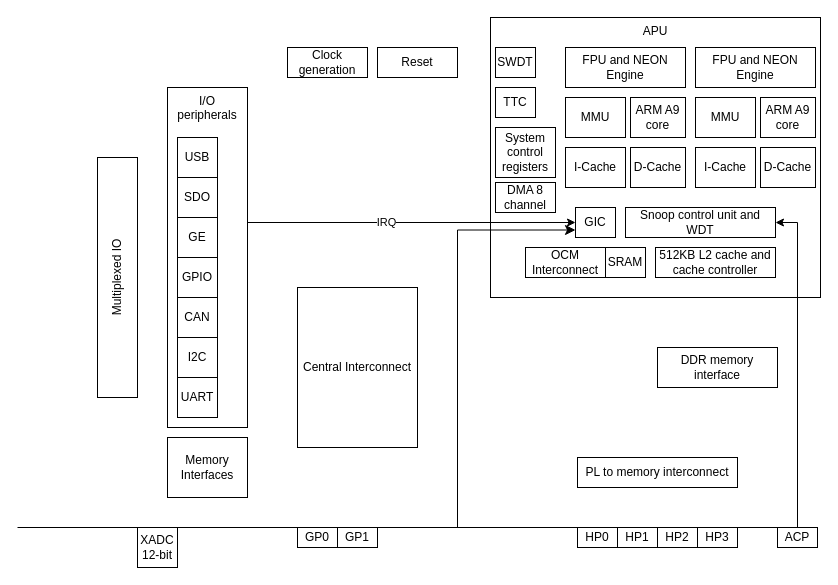
Before: zynq_soc.drawio in CodingStreaks/learning_zynq, a draw.io diagram. Source tidied: cells renumbered, new cells numbered last; positions are measured from the earlier drawing's top-left corner, leaving out a move shared by most shapes. Both pictures are drawn from the tidied source at 100%, with x=0, y=0 at pixel (17, 17).
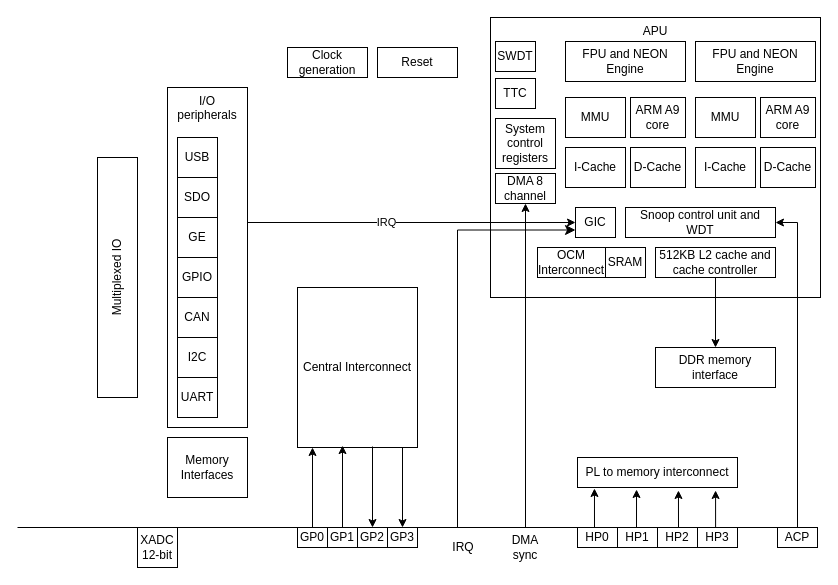
The same page after the edit.

Unchanged cells that the change refers to:
```xml
<mxCell id="13" value="Central Interconnect" style="rounded=0;whiteSpace=wrap;html=1;" parent="1" vertex="1">
  <mxGeometry x="280" y="270" width="120" height="160" as="geometry" />
</mxCell>
<mxCell id="17" value="512KB L2 cache and cache controller" style="rounded=0;whiteSpace=wrap;html=1;" parent="1" vertex="1">
  <mxGeometry x="638" y="230" width="120" height="30" as="geometry" />
</mxCell>
<mxCell id="24" value="HP0" style="rounded=0;whiteSpace=wrap;html=1;" parent="1" vertex="1">
  <mxGeometry x="560" y="510" width="40" height="20" as="geometry" />
</mxCell>
<mxCell id="25" value="HP1" style="rounded=0;whiteSpace=wrap;html=1;" parent="1" vertex="1">
  <mxGeometry x="600" y="510" width="40" height="20" as="geometry" />
</mxCell>
<mxCell id="33" value="PL to memory interconnect" style="rounded=0;whiteSpace=wrap;html=1;" parent="1" vertex="1">
  <mxGeometry x="560" y="440" width="160" height="30" as="geometry" />
</mxCell>
<mxCell id="35" value="HP2" style="rounded=0;whiteSpace=wrap;html=1;" parent="1" vertex="1">
  <mxGeometry x="640" y="510" width="40" height="20" as="geometry" />
</mxCell>
<mxCell id="36" value="HP3" style="rounded=0;whiteSpace=wrap;html=1;" parent="1" vertex="1">
  <mxGeometry x="680" y="510" width="40" height="20" as="geometry" />
</mxCell>
```

Change to the diagram source:
```diff
@@
     <mxCell id="14" value="FPU and NEON Engine" style="rounded=0;whiteSpace=wrap;html=1;" parent="1" vertex="1">
-      <mxGeometry x="548" y="30" width="120" height="40" as="geometry" />
+      <mxGeometry x="548" y="24" width="120" height="40" as="geometry" />
     </mxCell>
@@
+    <mxCell id="49" style="edgeStyle=orthogonalEdgeStyle;rounded=0;jettySize=auto;html=1;exitX=0.5;exitY=1;exitDx=0;exitDy=0;entryX=0.5;entryY=0;entryDx=0;entryDy=0;" parent="1" edge="1" source="17" target="20">
+      <mxGeometry relative="1" as="geometry" />
+    </mxCell>
@@
     <mxCell id="18" value="OCM&lt;div&gt;Interconnect&lt;/div&gt;" style="rounded=0;whiteSpace=wrap;html=1;" parent="1" vertex="1">
-      <mxGeometry x="508" y="230" width="80" height="30" as="geometry" />
+      <mxGeometry x="520" y="230" width="68" height="30" as="geometry" />
     </mxCell>
@@
     <mxCell id="20" value="DDR memory interface" style="rounded=0;whiteSpace=wrap;html=1;" parent="1" vertex="1">
-      <mxGeometry x="640" y="330" width="120" height="40" as="geometry" />
+      <mxGeometry x="638" y="330" width="120" height="40" as="geometry" />
     </mxCell>
@@
     <mxCell id="26" value="GP0" style="rounded=0;whiteSpace=wrap;html=1;" parent="1" vertex="1">
-      <mxGeometry x="280" y="510" width="40" height="20" as="geometry" />
+      <mxGeometry x="280" y="510" width="30" height="20" as="geometry" />
     </mxCell>
     <mxCell id="27" value="GP1" style="rounded=0;whiteSpace=wrap;html=1;" parent="1" vertex="1">
-      <mxGeometry x="320" y="510" width="40" height="20" as="geometry" />
+      <mxGeometry x="310" y="510" width="30" height="20" as="geometry" />
     </mxCell>
@@
     <mxCell id="37" value="SWDT" style="rounded=0;whiteSpace=wrap;html=1;" parent="1" vertex="1">
-      <mxGeometry x="478" y="30" width="40" height="30" as="geometry" />
+      <mxGeometry x="478" y="24" width="40" height="30" as="geometry" />
     </mxCell>
     <mxCell id="38" value="TTC" style="rounded=0;whiteSpace=wrap;html=1;" parent="1" vertex="1">
-      <mxGeometry x="478" y="70" width="40" height="30" as="geometry" />
+      <mxGeometry x="478" y="61" width="40" height="30" as="geometry" />
     </mxCell>
     <mxCell id="39" value="System control registers" style="rounded=0;whiteSpace=wrap;html=1;" parent="1" vertex="1">
-      <mxGeometry x="478" y="110" width="60" height="50" as="geometry" />
+      <mxGeometry x="478" y="101" width="60" height="50" as="geometry" />
     </mxCell>
     <mxCell id="40" value="DMA 8 channel" style="rounded=0;whiteSpace=wrap;html=1;" parent="1" vertex="1">
-      <mxGeometry x="478" y="165" width="60" height="30" as="geometry" />
+      <mxGeometry x="478" y="156" width="60" height="30" as="geometry" />
     </mxCell>
@@
     <mxCell id="44" value="FPU and NEON Engine" style="rounded=0;whiteSpace=wrap;html=1;" parent="1" vertex="1">
-      <mxGeometry x="678" y="30" width="120" height="40" as="geometry" />
+      <mxGeometry x="678" y="24" width="120" height="40" as="geometry" />
     </mxCell>
@@
+    <mxCell id="50" style="edgeStyle=orthogonalEdgeStyle;rounded=0;jettySize=auto;html=1;exitX=0.5;exitY=0;exitDx=0;exitDy=0;entryX=0.106;entryY=1.033;entryDx=0;entryDy=0;entryPerimeter=0;" parent="1" edge="1" source="24" target="33">
+      <mxGeometry relative="1" as="geometry" />
+    </mxCell>
+    <mxCell id="51" style="edgeStyle=orthogonalEdgeStyle;rounded=0;jettySize=auto;html=1;exitX=0.5;exitY=0;exitDx=0;exitDy=0;entryX=0.369;entryY=1.067;entryDx=0;entryDy=0;entryPerimeter=0;" parent="1" edge="1" source="25" target="33">
+      <mxGeometry relative="1" as="geometry" />
+    </mxCell>
+    <mxCell id="52" style="edgeStyle=orthogonalEdgeStyle;rounded=0;jettySize=auto;html=1;exitX=0.5;exitY=0;exitDx=0;exitDy=0;entryX=0.863;entryY=1.1;entryDx=0;entryDy=0;entryPerimeter=0;" parent="1" edge="1" source="36" target="33">
+      <mxGeometry relative="1" as="geometry" />
+    </mxCell>
+    <mxCell id="53" style="edgeStyle=orthogonalEdgeStyle;rounded=0;jettySize=auto;html=1;exitX=0.5;exitY=0;exitDx=0;exitDy=0;entryX=0.631;entryY=1.1;entryDx=0;entryDy=0;entryPerimeter=0;" parent="1" edge="1" source="35" target="33">
+      <mxGeometry relative="1" as="geometry" />
+    </mxCell>
+    <mxCell id="54" value="GP2" style="rounded=0;whiteSpace=wrap;html=1;" parent="1" vertex="1">
+      <mxGeometry x="340" y="510" width="30" height="20" as="geometry" />
+    </mxCell>
+    <mxCell id="55" value="GP3" style="rounded=0;whiteSpace=wrap;html=1;" parent="1" vertex="1">
+      <mxGeometry x="370" y="510" width="30" height="20" as="geometry" />
+    </mxCell>
+    <mxCell id="56" style="edgeStyle=orthogonalEdgeStyle;rounded=0;jettySize=auto;html=1;exitX=0.5;exitY=0;exitDx=0;exitDy=0;entryX=0.125;entryY=1;entryDx=0;entryDy=0;entryPerimeter=0;" parent="1" edge="1" source="26" target="13">
+      <mxGeometry relative="1" as="geometry" />
+    </mxCell>
+    <mxCell id="57" style="edgeStyle=orthogonalEdgeStyle;rounded=0;jettySize=auto;html=1;exitX=0.5;exitY=0;exitDx=0;exitDy=0;entryX=0.375;entryY=0.988;entryDx=0;entryDy=0;entryPerimeter=0;" parent="1" edge="1" source="27" target="13">
+      <mxGeometry relative="1" as="geometry" />
+    </mxCell>
+    <mxCell id="58" style="endArrow=classic;html=1;rounded=0;entryX=0.5;entryY=0;entryDx=0;entryDy=0;exitX=0.625;exitY=0.994;exitDx=0;exitDy=0;exitPerimeter=0;" parent="1" edge="1" source="13" target="54">
+      <mxGeometry relative="1" as="geometry" />
+    </mxCell>
+    <mxCell id="59" style="endArrow=classic;html=1;rounded=0;entryX=0.5;entryY=0;entryDx=0;entryDy=0;" parent="1" edge="1" target="55">
+      <mxGeometry relative="1" as="geometry">
+        <mxPoint x="385" y="430" as="sourcePoint" />
+      </mxGeometry>
+    </mxCell>
+    <mxCell id="60" value="IRQ" style="text;html=1;align=center;verticalAlign=middle;whiteSpace=wrap;rounded=0;" parent="1" vertex="1">
+      <mxGeometry x="430" y="515" width="32" height="30" as="geometry" />
+    </mxCell>
+    <mxCell id="61" style="endArrow=classic;html=1;rounded=0;entryX=0.5;entryY=1;entryDx=0;entryDy=0;" parent="1" edge="1" target="40">
+      <mxGeometry relative="1" as="geometry">
+        <mxPoint x="508" y="510" as="sourcePoint" />
+      </mxGeometry>
+    </mxCell>
+    <mxCell id="62" value="DMA sync" style="text;html=1;align=center;verticalAlign=middle;whiteSpace=wrap;rounded=0;" parent="1" vertex="1">
+      <mxGeometry x="492" y="515" width="32" height="30" as="geometry" />
+    </mxCell>
```
